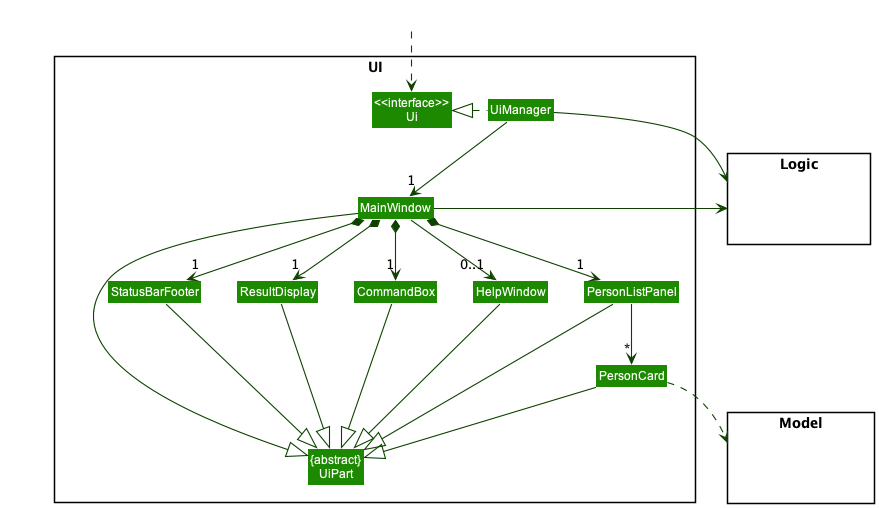
The PlantUML diagram docs/images/UiClassDiagram.png in nus-cs2103-AY2223S1/tp, before a commit.
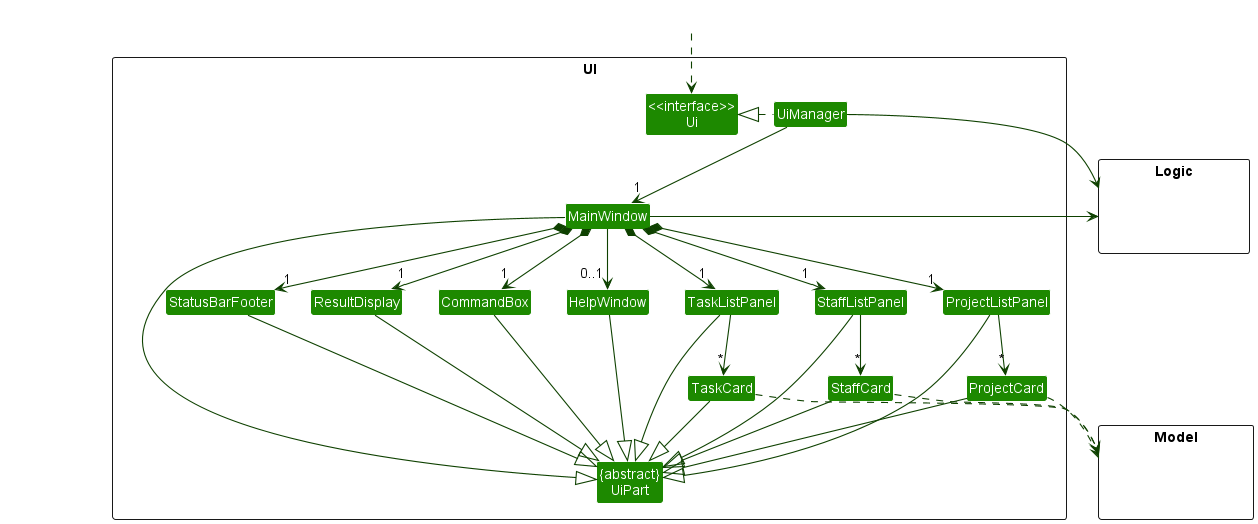
The same file after the commit.

What changed in the source:
```diff
@@ -11,8 +11,12 @@
 Class MainWindow
 Class HelpWindow
 Class ResultDisplay
-Class PersonListPanel
-Class PersonCard
+Class ProjectListPanel
+Class ProjectCard
+Class StaffListPanel
+Class StaffCard
+Class TaskListPanel
+Class TaskCard
 Class StatusBarFooter
 Class CommandBox
 }
@@ -32,26 +36,38 @@
 UiManager -down-> "1" MainWindow
 MainWindow *-down->  "1" CommandBox
 MainWindow *-down-> "1" ResultDisplay
-MainWindow *-down-> "1" PersonListPanel
+MainWindow *-down-> "1" ProjectListPanel
+MainWindow *-down-> "1" StaffListPanel
+MainWindow *-down-> "1" TaskListPanel
 MainWindow *-down-> "1" StatusBarFooter
 MainWindow --> "0..1" HelpWindow
 
-PersonListPanel -down-> "*" PersonCard
+ProjectListPanel -down-> "*" ProjectCard
+StaffListPanel -down-> "*" StaffCard
+TaskListPanel -down-> "*" TaskCard
 
 MainWindow -left-|> UiPart
 
 ResultDisplay --|> UiPart
 CommandBox --|> UiPart
-PersonListPanel --|> UiPart
-PersonCard --|> UiPart
+ProjectListPanel --|> UiPart
+ProjectCard --|> UiPart
+StaffListPanel --|> UiPart
+StaffCard --|> UiPart
+TaskListPanel --|> UiPart
+TaskCard --|> UiPart
 StatusBarFooter --|> UiPart
 HelpWindow --|> UiPart
 
-PersonCard ..> Model
+ProjectCard ..> Model
+StaffCard ..> Model
+TaskCard ..> Model
 UiManager -right-> Logic
 MainWindow -left-> Logic
 
-PersonListPanel -[hidden]left- HelpWindow
+ProjectListPanel -[hidden]left-> HelpWindow
+StaffListPanel -[hidden]left- HelpWindow
+TaskListPanel -[hidden]left- HelpWindow
 HelpWindow -[hidden]left- CommandBox
 CommandBox -[hidden]left- ResultDisplay
 ResultDisplay -[hidden]left- StatusBarFooter
```
